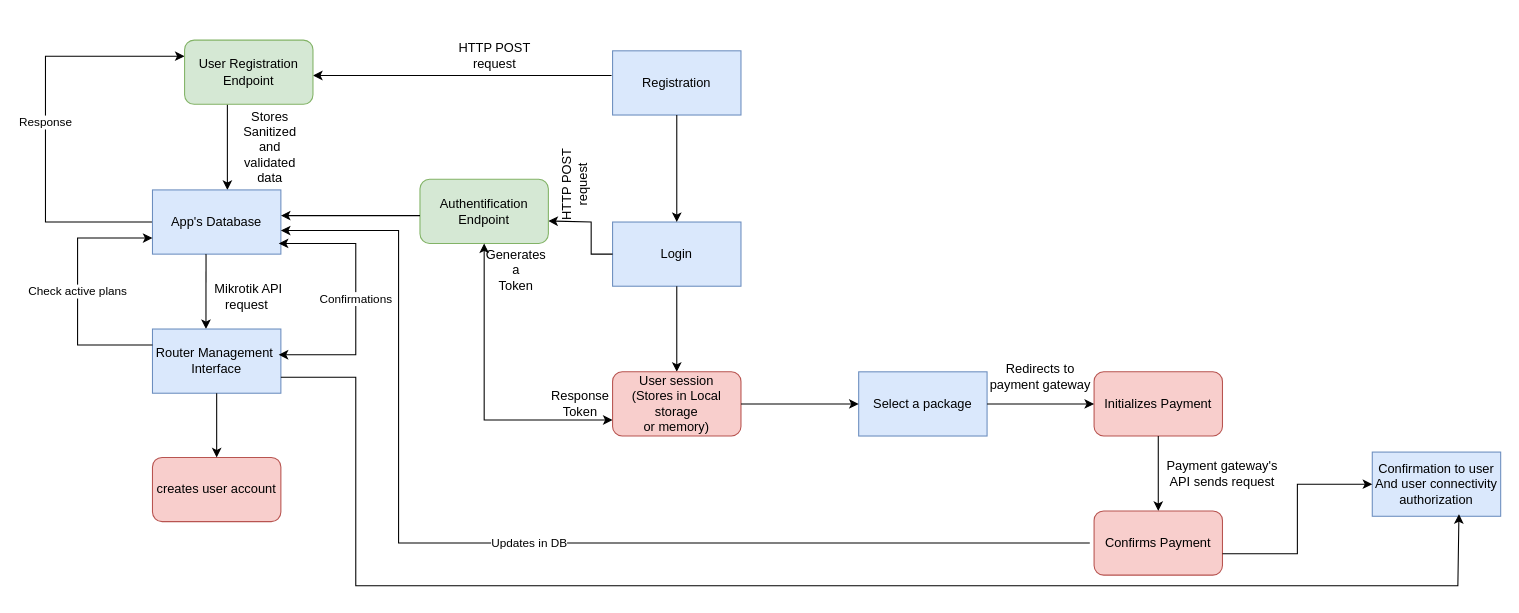
The draw.io diagram rechargeApp.drawio in LeloKarma/website, before the edit. Source tidied: cells renumbered, new cells numbered last; positions are measured from the earlier drawing's top-left corner, leaving out a move shared by most shapes. Both pictures are drawn from the tidied source at 107%, with x=0, y=0 at pixel (45, 40).
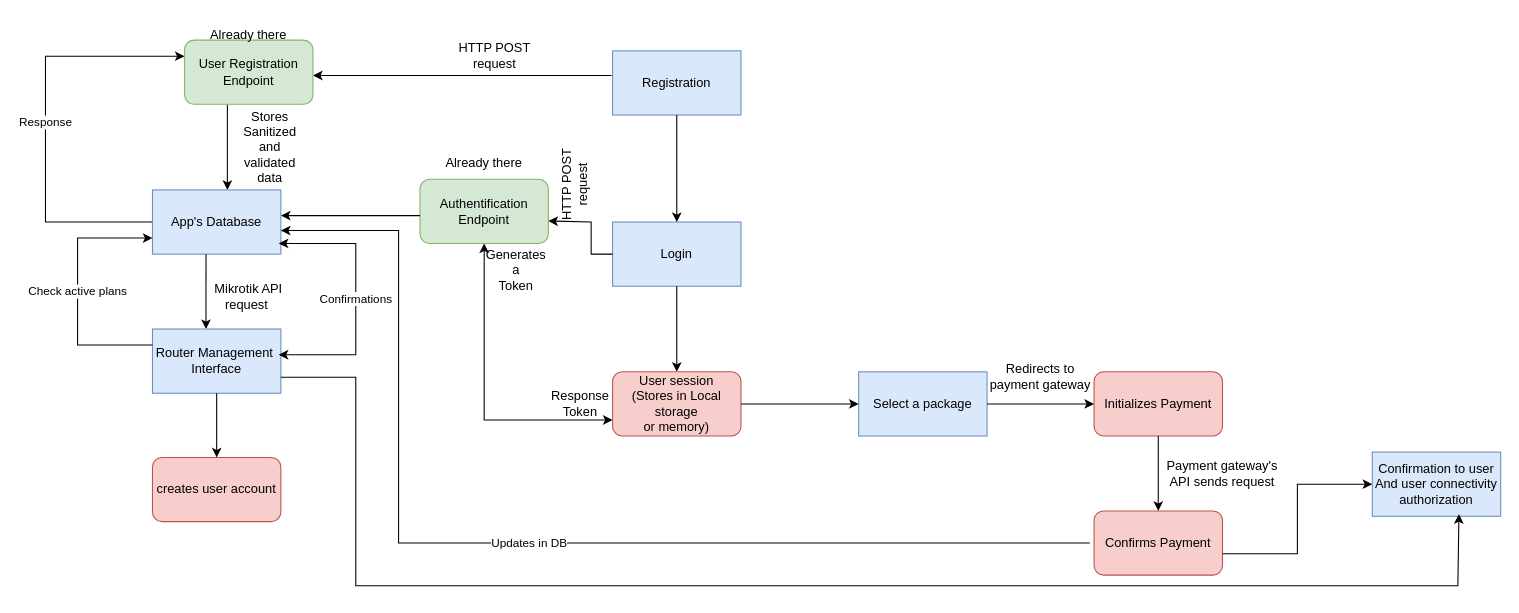
Above is the later version.

The edit, as a diff of the source:
```diff
@@
+    <mxCell id="40" value="Already there" style="text;strokeColor=none;align=center;fillColor=none;html=1;verticalAlign=middle;whiteSpace=wrap;rounded=0;" parent="1" vertex="1">
+      <mxGeometry x="145" y="-20" width="90" height="30" as="geometry" />
+    </mxCell>
+    <mxCell id="41" value="Already there" style="text;strokeColor=none;align=center;fillColor=none;html=1;verticalAlign=middle;whiteSpace=wrap;rounded=0;" parent="1" vertex="1">
+      <mxGeometry x="365" y="100" width="90" height="30" as="geometry" />
+    </mxCell>
```
